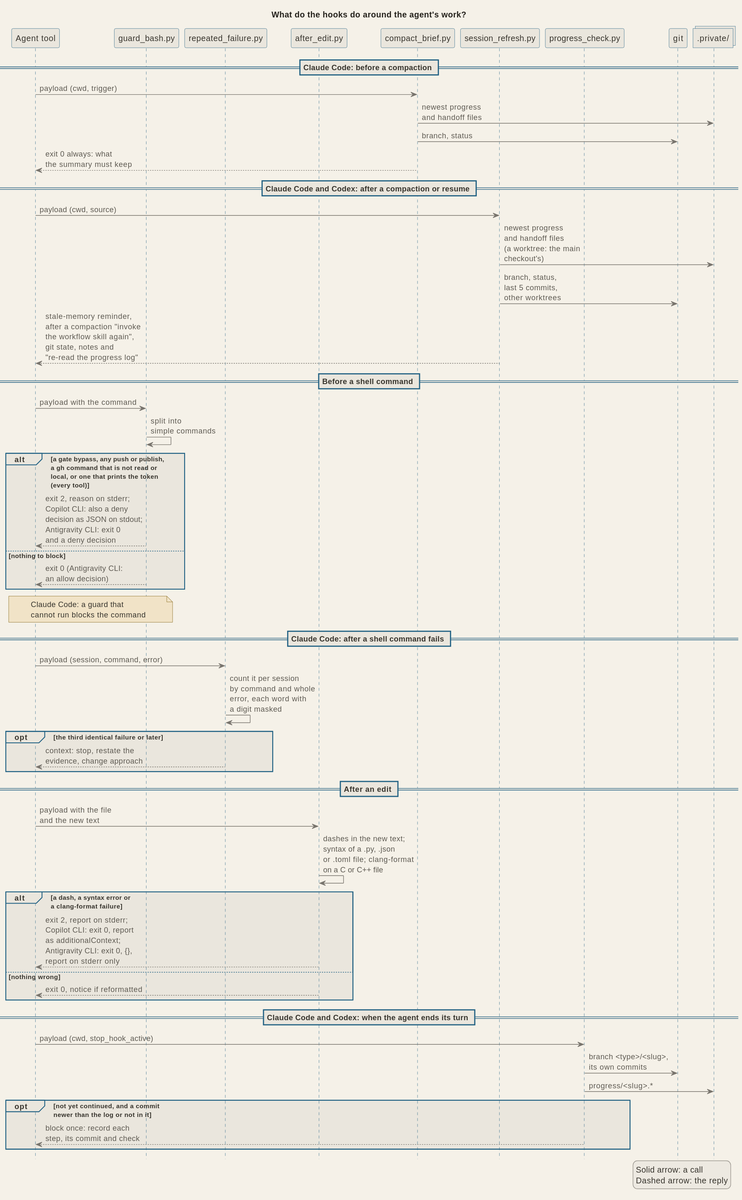
This is docs/diagrams/arch_hooks.svg from signorenne/dotagents, a PlantUML export, as it was before one commit.
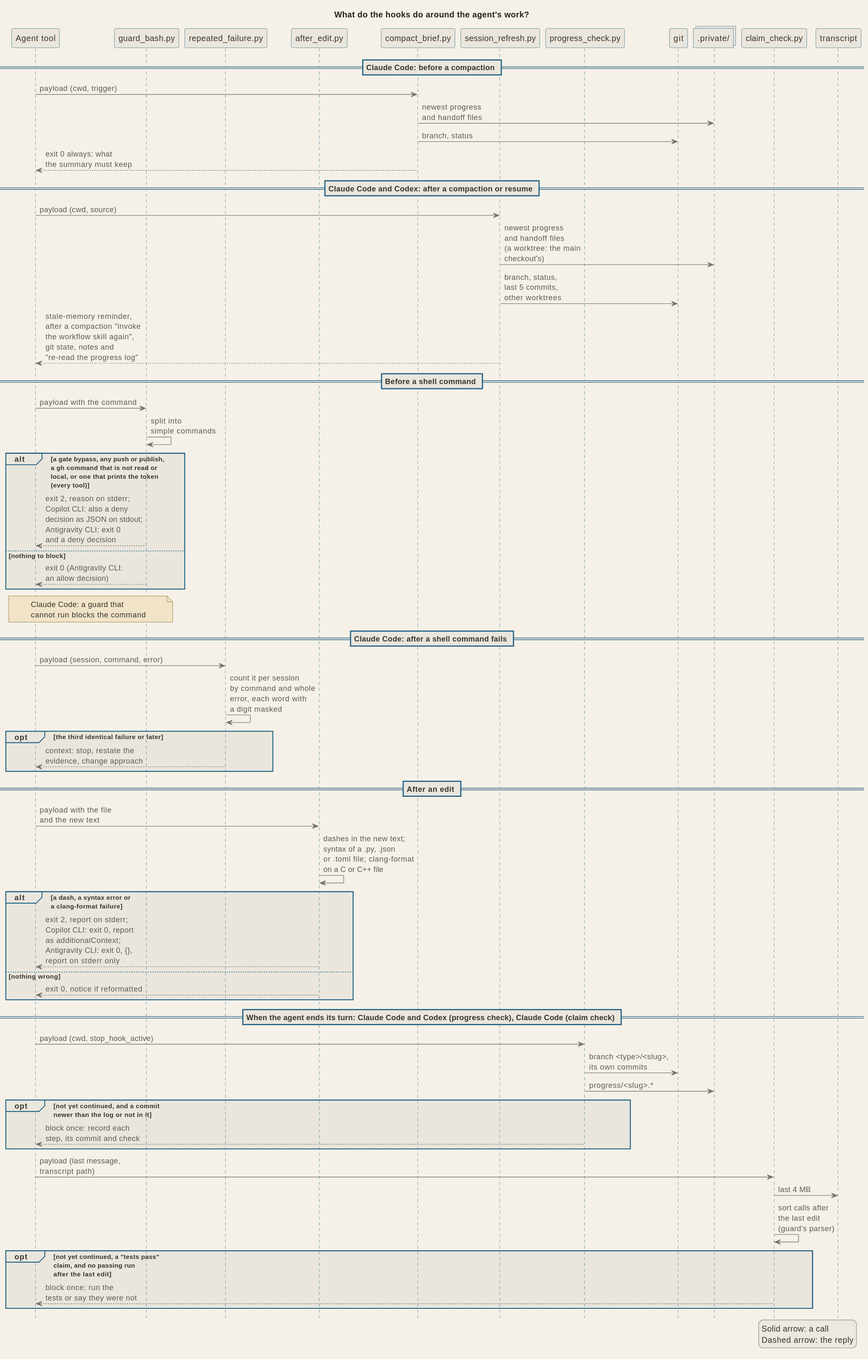
The same diagram one commit later.

Commit message:
docs(hooks): describe the claim check in the design, the architecture and the guides

What changed in the source:
```diff
@@ -12,6 +12,8 @@
 participant "progress_check.py" as progress
 participant "git" as git
 collections ".private/" as notes
+participant "claim_check.py" as claim
+participant "transcript" as transcript
 
 == Claude Code: before a compaction ==
 tool -> brief : payload (cwd, trigger)
@@ -51,12 +53,18 @@
   edit --> tool : exit 0, notice if reformatted
 end
 
-== Claude Code and Codex: when the agent ends its turn ==
+== When the agent ends its turn: Claude Code and Codex (progress check), Claude Code (claim check) ==
 tool -> progress : payload (cwd, stop_hook_active)
 progress -> git : branch <type>/<slug>,\nits own commits
 progress -> notes : progress/<slug>.*
 opt not yet continued, and a commit\nnewer than the log or not in it
   progress --> tool : block once: record each\nstep, its commit and check
+end
+tool -> claim : payload (last message,\ntranscript path)
+claim -> transcript : last 4 MB
+claim -> claim : sort calls after\nthe last edit\n(guard's parser)
+opt not yet continued, a "tests pass"\nclaim, and no passing run\nafter the last edit
+  claim --> tool : block once: run the\ntests or say they were not
 end
 
 legend right
```
